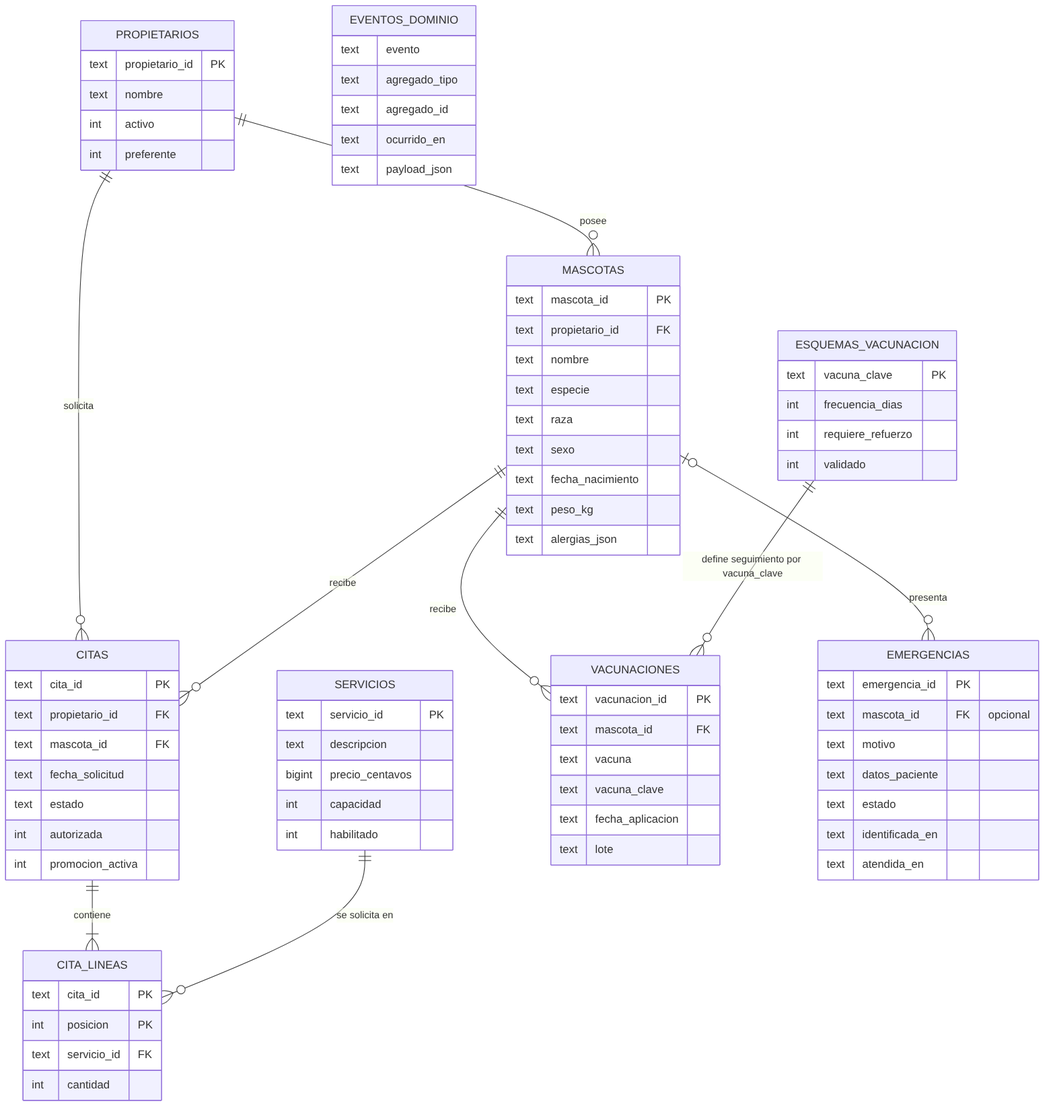
This is docs/architecture/diagrams/11_er.png from Angietptp/VetCare24_PIA_EQ4, a Mermaid export, as it was before one commit. Its source is kept beside it as docs/architecture/diagrams/11_er.mmd.
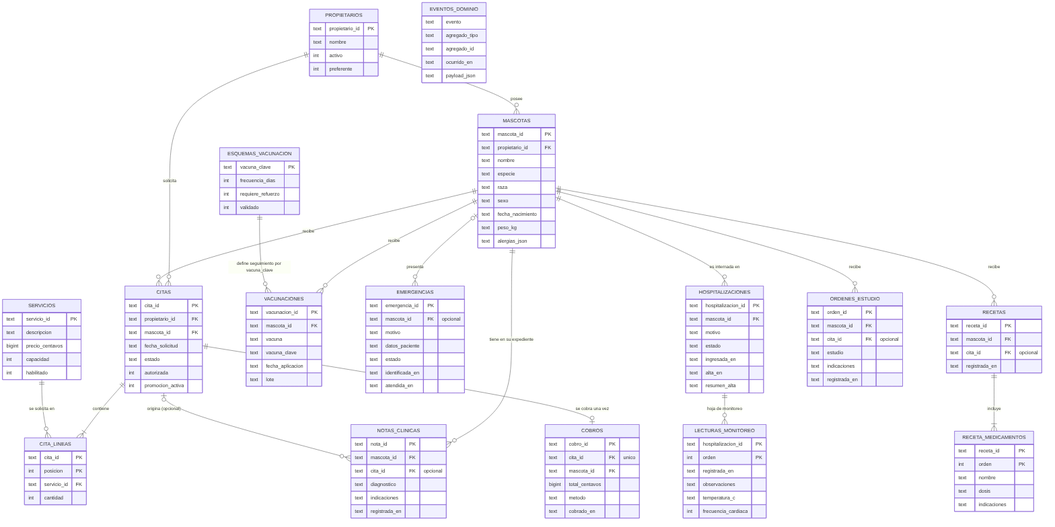
Above is the later version.

What changed in the source:
```diff
@@ -7,6 +7,14 @@
   MASCOTAS ||--o{ VACUNACIONES : recibe
   ESQUEMAS_VACUNACION ||--o{ VACUNACIONES : "define seguimiento por vacuna_clave"
   MASCOTAS |o--o{ EMERGENCIAS : presenta
+  MASCOTAS ||--o{ NOTAS_CLINICAS : "tiene en su expediente"
+  CITAS |o--o{ NOTAS_CLINICAS : "origina (opcional)"
+  MASCOTAS ||--o{ HOSPITALIZACIONES : "es internada en"
+  HOSPITALIZACIONES ||--o{ LECTURAS_MONITOREO : "hoja de monitoreo"
+  MASCOTAS ||--o{ RECETAS : recibe
+  RECETAS ||--|{ RECETA_MEDICAMENTOS : incluye
+  MASCOTAS ||--o{ ORDENES_ESTUDIO : recibe
+  CITAS ||--o| COBROS : "se cobra una vez"
   PROPIETARIOS { text propietario_id PK
     text nombre
     int activo
@@ -53,6 +61,46 @@
     text estado
     text identificada_en
     text atendida_en }
+  NOTAS_CLINICAS { text nota_id PK
+    text mascota_id FK
+    text cita_id FK "opcional"
+    text diagnostico
+    text indicaciones
+    text registrada_en }
+  HOSPITALIZACIONES { text hospitalizacion_id PK
+    text mascota_id FK
+    text motivo
+    text estado
+    text ingresada_en
+    text alta_en
+    text resumen_alta }
+  LECTURAS_MONITOREO { text hospitalizacion_id PK
+    int orden PK
+    text registrada_en
+    text observaciones
+    text temperatura_c
+    int frecuencia_cardiaca }
+  RECETAS { text receta_id PK
+    text mascota_id FK
+    text cita_id FK "opcional"
+    text registrada_en }
+  RECETA_MEDICAMENTOS { text receta_id PK
+    int orden PK
+    text nombre
+    text dosis
+    text indicaciones }
+  ORDENES_ESTUDIO { text orden_id PK
+    text mascota_id FK
+    text cita_id FK "opcional"
+    text estudio
+    text indicaciones
+    text registrada_en }
+  COBROS { text cobro_id PK
+    text cita_id FK "unico"
+    text mascota_id FK
+    bigint total_centavos
+    text metodo
+    text cobrado_en }
   EVENTOS_DOMINIO { text evento
     text agregado_tipo
     text agregado_id
```
